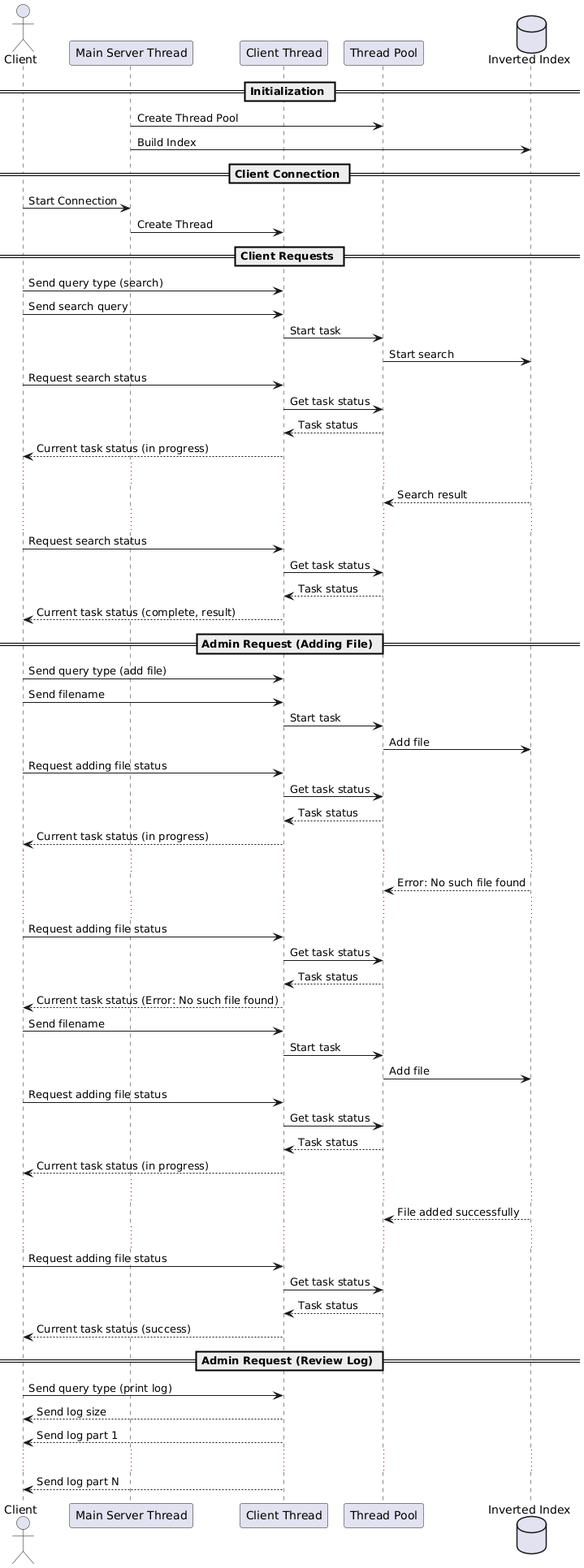
Before: UML/sequence.png, a diagram exported from PlantUML (MarcyMuffins/kpi-parproc-coursework).
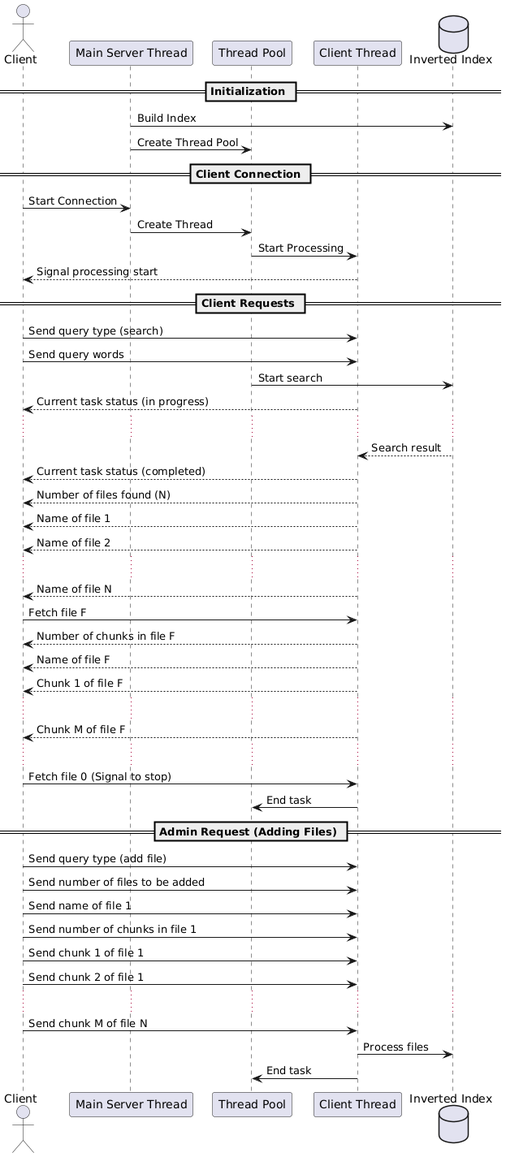
Later version of the same file.

Commit message:
Updated UML diagrams to reflect code changes

The edit, as a diff of the source:
```diff
@@ -1,76 +1,55 @@
 @startuml
 actor Client as client
 participant "Main Server Thread" as server
+participant "Thread Pool" as thread_pool
 participant "Client Thread" as client_thread
-participant "Thread Pool" as thread_pool
 database "Inverted Index" as index
 
 == Initialization ==
 
+server -> index : Build Index
 server -> thread_pool : Create Thread Pool
-server -> index : Build Index
 
 == Client Connection ==
 
 client -> server : Start Connection
-server -> client_thread : Create Thread
+server -> thread_pool : Create Thread
+thread_pool -> client_thread : Start Processing
+client_thread --> client : Signal processing start
 
 == Client Requests ==
 
 client -> client_thread : Send query type (search)
-client -> client_thread : Send search query
-client_thread -> thread_pool : Start task
+client -> client_thread : Send query words
 thread_pool -> index : Start search
-client -> client_thread : Request search status
-client_thread -> thread_pool : Get task status
-thread_pool --> client_thread : Task status
 client_thread --> client : Current task status (in progress)
 ...
-index --> thread_pool : Search result
+index --> client_thread : Search result
+client_thread --> client : Current task status (completed)
+client_thread --> client : Number of files found (N)
+client_thread --> client : Name of file 1
+client_thread --> client : Name of file 2
 ...
-client -> client_thread : Request search status
-client_thread -> thread_pool : Get task status
-thread_pool --> client_thread : Task status
-client_thread --> client : Current task status (complete, result)
+client_thread --> client : Name of file N
+client -> client_thread : Fetch file F
+client_thread --> client : Number of chunks in file F
+client_thread --> client : Name of file F
+client_thread --> client : Chunk 1 of file F
+...
+client_thread --> client : Chunk M of file F
+...
+client -> client_thread : Fetch file 0 (Signal to stop)
+client_thread -> thread_pool : End task
 
-== Admin Request (Adding File) ==
-
+== Admin Request (Adding Files) ==
 client -> client_thread : Send query type (add file)
-client -> client_thread : Send filename
-client_thread -> thread_pool : Start task
-thread_pool -> index : Add file
-client -> client_thread : Request adding file status
-client_thread -> thread_pool : Get task status
-thread_pool --> client_thread : Task status
-client_thread --> client : Current task status (in progress)
+client -> client_thread : Send number of files to be added
+client -> client_thread : Send name of file 1
+client -> client_thread : Send number of chunks in file 1
+client -> client_thread : Send chunk 1 of file 1
+client -> client_thread : Send chunk 2 of file 1
 ...
-index --> thread_pool : Error: No such file found
-...
-client -> client_thread : Request adding file status
-client_thread -> thread_pool : Get task status
-thread_pool --> client_thread : Task status
-client_thread --> client : Current task status (Error: No such file found)
-
-client -> client_thread : Send filename
-client_thread -> thread_pool : Start task
-thread_pool -> index : Add file
-client -> client_thread : Request adding file status
-client_thread -> thread_pool : Get task status
-thread_pool --> client_thread : Task status
-client_thread --> client : Current task status (in progress)
-...
-index --> thread_pool : File added successfully
-...
-client -> client_thread : Request adding file status
-client_thread -> thread_pool : Get task status
-thread_pool --> client_thread : Task status
-client_thread --> client : Current task status (success)
-
-== Admin Request (Review Log) ==
-
-client -> client_thread : Send query type (print log)
-client_thread --> client : Send log size
-client_thread --> client : Send log part 1
-...
-client_thread --> client : Send log part N
+client -> client_thread : Send chunk M of file N
+client_thread -> index : Process files
+client_thread -> thread_pool : End task
 @enduml
```
